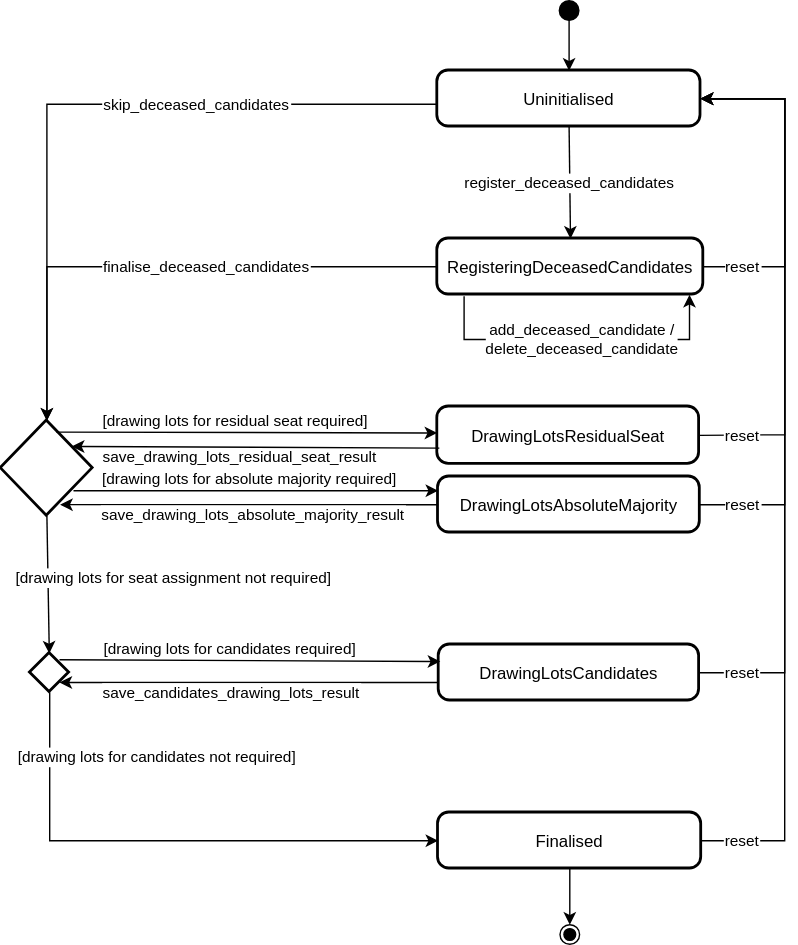
kiesraad/abacus keeps this draw.io diagram as documentatie/state-machines/apportionment-state-machine.drawio.svg. Above is the earlier version. Source tidied: cells renumbered, new cells last; positions are measured from the earlier drawing's top-left corner, leaving out a move shared by most shapes.
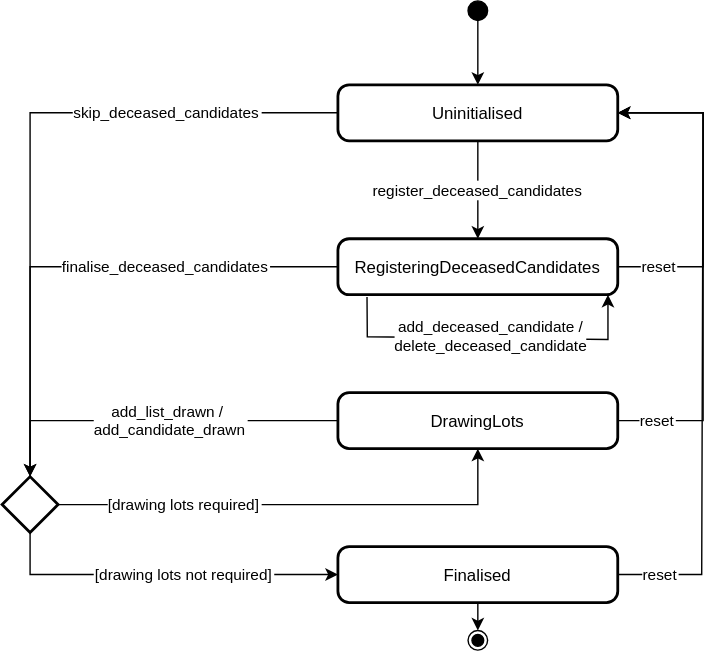
After the change.

Commit message:
One DrawingLots state in the apportionment state machine (#3370)

The edit, as a diff of the source:
```diff
@@ -3,118 +3,100 @@
     <mxCell id="0" />
     <mxCell id="1" parent="0" />
     <mxCell id="2" style="ellipse;fillColor=strokeColor;" parent="1" vertex="1">
-      <mxGeometry x="399" width="14" height="14" as="geometry" />
+      <mxGeometry x="353" width="14" height="14" as="geometry" />
     </mxCell>
     <mxCell id="3" value="Uninitialised" style="rounded=1;arcSize=20;strokeWidth=2;" parent="1" vertex="1">
-      <mxGeometry x="312" y="50" width="188" height="40" as="geometry" />
+      <mxGeometry x="260" y="60" width="200" height="40" as="geometry" />
     </mxCell>
     <mxCell id="4" value="RegisteringDeceasedCandidates" style="rounded=1;arcSize=20;strokeWidth=2;" parent="1" vertex="1">
-      <mxGeometry x="312" y="170" width="190" height="40" as="geometry" />
+      <mxGeometry x="260" y="170" width="200" height="40" as="geometry" />
     </mxCell>
-    <mxCell id="5" value="DrawingLotsAbsoluteMajority" style="rounded=1;arcSize=20;strokeWidth=2;" parent="1" vertex="1">
-      <mxGeometry x="312.5" y="340" width="187" height="40" as="geometry" />
-    </mxCell>
     <mxCell id="6" style="rhombus;strokeWidth=2;whiteSpace=wrap;" parent="1" vertex="1">
-      <mxGeometry x="21" y="466" width="28" height="28" as="geometry" />
+      <mxGeometry x="20" y="340" width="40" height="40" as="geometry" />
     </mxCell>
-    <mxCell id="7" value="DrawingLotsCandidates" style="rounded=1;arcSize=20;strokeWidth=2;" parent="1" vertex="1">
-      <mxGeometry x="313" y="460" width="186" height="40" as="geometry" />
+    <mxCell id="7" value="DrawingLots" style="rounded=1;arcSize=20;strokeWidth=2;" parent="1" vertex="1">
+      <mxGeometry x="260" y="280" width="200" height="40" as="geometry" />
     </mxCell>
     <mxCell id="8" value="Finalised" style="rounded=1;arcSize=20;strokeWidth=2;" parent="1" vertex="1">
-      <mxGeometry x="312.5" y="580" width="188" height="40" as="geometry" />
+      <mxGeometry x="260" y="390" width="200" height="40" as="geometry" />
     </mxCell>
     <mxCell id="9" style="ellipse;shape=endState;fillColor=strokeColor;" parent="1" vertex="1">
-      <mxGeometry x="399.5" y="660" width="14" height="14" as="geometry" />
+      <mxGeometry x="353" y="450" width="14" height="14" as="geometry" />
     </mxCell>
-    <mxCell id="10" style="whiteSpace=wrap;strokeWidth=2;" parent="1" vertex="1">
-      <mxGeometry x="312" y="410" as="geometry" />
-    </mxCell>
-    <mxCell id="11" style="whiteSpace=wrap;strokeWidth=2;" parent="1" vertex="1">
-      <mxGeometry x="380" y="428" as="geometry" />
-    </mxCell>
     <mxCell id="12" style="curved=1;startArrow=none;exitX=0.49;exitY=1;entryX=0.5;entryY=0;rounded=0;" parent="1" edge="1" source="2" target="3">
       <mxGeometry relative="1" as="geometry" />
     </mxCell>
     <mxCell id="13" value="register_deceased_candidates" style="curved=0;startArrow=none;exitX=0.5;exitY=1;entryX=0.5;entryY=0;rounded=0;exitDx=0;exitDy=0;entryDx=0;entryDy=0;" parent="1" edge="1" source="3" target="4">
       <mxGeometry relative="1" as="geometry" />
     </mxCell>
-    <mxCell id="14" value="skip_deceased_candidates" style="curved=0;startArrow=none;exitX=0;exitY=0.6;entryX=0.5;entryY=0;rounded=0;entryDx=0;entryDy=0;" parent="1" edge="1" source="3" target="28">
-      <mxGeometry x="-0.32" relative="1" as="geometry">
+    <mxCell id="14" value="skip_deceased_candidates" style="curved=0;startArrow=none;exitX=0;exitY=0.5;rounded=0;exitDx=0;exitDy=0;entryX=0.5;entryY=0;entryDx=0;entryDy=0;" parent="1" edge="1" source="3" target="6">
+      <mxGeometry x="-0.49" relative="1" as="geometry">
         <Array as="points">
-          <mxPoint x="33" y="74" />
+          <mxPoint x="40" y="80" />
         </Array>
       </mxGeometry>
     </mxCell>
-    <mxCell id="15" value="finalise_deceased_candidates" style="curved=0;startArrow=none;exitX=0;exitY=0.5;rounded=0;exitDx=0;exitDy=0;entryX=0.5;entryY=0;entryDx=0;entryDy=0;" parent="1" edge="1" source="4" target="28">
-      <mxGeometry x="-0.15" relative="1" as="geometry">
+    <mxCell id="15" value="finalise_deceased_candidates" style="curved=0;startArrow=none;exitX=0;exitY=0.5;rounded=0;exitDx=0;exitDy=0;entryX=0.5;entryY=0;entryDx=0;entryDy=0;endArrow=none;endFill=0;" parent="1" edge="1" source="4" target="6">
+      <mxGeometry x="-0.33" relative="1" as="geometry">
         <Array as="points">
-          <mxPoint x="33" y="190" />
+          <mxPoint x="40" y="190" />
         </Array>
       </mxGeometry>
     </mxCell>
-    <mxCell id="16" value="save_drawing_lots_absolute_majority_result" style="startArrow=classic;rounded=0;exitX=0.644;exitY=0.882;exitDx=0;exitDy=0;entryX=0;entryY=0.5;entryDx=0;entryDy=0;exitPerimeter=0;endArrow=none;endFill=0;startFill=1;" parent="1" edge="1" source="28" target="5">
-      <mxGeometry x="0.02" y="-7" relative="1" as="geometry" />
-    </mxCell>
-    <mxCell id="17" value="[drawing lots for seat assignment not required]" style="curved=1;startArrow=none;entryX=0.49;entryY=0;rounded=0;exitX=0.5;exitY=1;exitDx=0;exitDy=0;" parent="1" edge="1" source="28" target="6">
-      <mxGeometry x="-0.07" y="90" relative="1" as="geometry" />
-    </mxCell>
-    <mxCell id="18" value="[drawing lots for candidates required]" style="curved=1;startArrow=none;rounded=0;exitX=0.75;exitY=0.169;exitDx=0;exitDy=0;exitPerimeter=0;" parent="1" edge="1" source="6">
-      <mxGeometry x="-0.1" y="9" relative="1" as="geometry">
-        <mxPoint x="314" y="472" as="targetPoint" />
+    <mxCell id="18" value="[drawing lots required]" style="curved=0;startArrow=none;rounded=0;exitX=1;exitY=0.5;exitDx=0;exitDy=0;entryX=0.5;entryY=1;entryDx=0;entryDy=0;" parent="1" edge="1" source="6" target="7">
+      <mxGeometry x="-0.47" relative="1" as="geometry">
+        <Array as="points">
+          <mxPoint x="360" y="360" />
+        </Array>
       </mxGeometry>
     </mxCell>
-    <mxCell id="19" value="[drawing lots for candidates not required]" style="curved=0;startArrow=none;entryX=0;entryY=0.5;rounded=0;entryDx=0;entryDy=0;exitX=0.5;exitY=1;exitDx=0;exitDy=0;" parent="1" edge="1" source="6" target="8">
-      <mxGeometry x="-0.05" y="60" relative="1" as="geometry">
+    <mxCell id="19" value="[drawing lots not required]" style="curved=0;startArrow=none;entryX=0;entryY=0.5;rounded=0;entryDx=0;entryDy=0;exitX=0.5;exitY=1;exitDx=0;exitDy=0;" parent="1" edge="1" source="6" target="8">
+      <mxGeometry x="0.12" relative="1" as="geometry">
         <Array as="points">
-          <mxPoint x="35" y="600" />
+          <mxPoint x="40" y="410" />
         </Array>
       </mxGeometry>
     </mxCell>
-    <mxCell id="20" value="save_candidates_drawing_lots_result" style="curved=1;startArrow=none;entryX=1;entryY=1;rounded=0;entryDx=0;entryDy=0;exitX=0;exitY=0.675;exitDx=0;exitDy=0;exitPerimeter=0;" parent="1" edge="1" source="7" target="6">
-      <mxGeometry x="0.09" y="7" relative="1" as="geometry" />
+    <mxCell id="20" value="add_list_drawn / &#10;add_candidate_drawn" style="curved=0;startArrow=none;entryX=0.5;entryY=0;rounded=0;entryDx=0;entryDy=0;exitX=0;exitY=0.5;exitDx=0;exitDy=0;" parent="1" edge="1" source="7" target="6">
+      <mxGeometry x="-0.08" relative="1" as="geometry">
+        <Array as="points">
+          <mxPoint x="40" y="300" />
+        </Array>
+      </mxGeometry>
     </mxCell>
     <mxCell id="21" value="reset" style="curved=0;startArrow=none;entryX=1;entryY=0.5;rounded=0;exitX=1;exitY=0.5;exitDx=0;exitDy=0;entryDx=0;entryDy=0;" parent="1" edge="1" source="4" target="3">
-      <mxGeometry x="-0.76" relative="1" as="geometry">
+      <mxGeometry x="-0.74" relative="1" as="geometry">
         <Array as="points">
-          <mxPoint x="560" y="190" />
-          <mxPoint x="560" y="70" />
+          <mxPoint x="521" y="190" />
+          <mxPoint x="521" y="80" />
         </Array>
       </mxGeometry>
     </mxCell>
-    <mxCell id="22" value="reset" style="curved=0;startArrow=none;exitX=1;exitY=0.5;rounded=0;entryX=1;entryY=0.5;entryDx=0;entryDy=0;exitDx=0;exitDy=0;" parent="1" edge="1" source="5" target="3">
-      <mxGeometry x="-0.85" relative="1" as="geometry">
-        <Array as="points">
-          <mxPoint x="560" y="360" />
-          <mxPoint x="560" y="70" />
-        </Array>
-      </mxGeometry>
-    </mxCell>
-    <mxCell id="23" value="reset" style="curved=0;startArrow=none;exitX=1;exitY=0.5;rounded=0;exitDx=0;exitDy=0;" parent="1" edge="1" source="7">
-      <mxGeometry x="-0.88" relative="1" as="geometry">
-        <mxPoint x="500" y="70" as="targetPoint" />
+    <mxCell id="23" value="reset" style="curved=0;startArrow=none;exitX=1;exitY=0.5;rounded=0;exitDx=0;exitDy=0;entryX=1;entryY=0.5;entryDx=0;entryDy=0;" parent="1" edge="1" source="7" target="3">
+      <mxGeometry x="-0.83" relative="1" as="geometry">
         <Array as="points">
-          <mxPoint x="560" y="480" />
-          <mxPoint x="560" y="70" />
+          <mxPoint x="521" y="300" />
+          <mxPoint x="521" y="80" />
         </Array>
       </mxGeometry>
     </mxCell>
     <mxCell id="24" value="reset" style="curved=0;startArrow=none;exitX=1;exitY=0.5;entryX=1;entryY=0.5;rounded=0;entryDx=0;entryDy=0;exitDx=0;exitDy=0;" parent="1" edge="1" source="8" target="3">
-      <mxGeometry x="-0.91" relative="1" as="geometry">
+      <mxGeometry x="-0.87" relative="1" as="geometry">
         <Array as="points">
-          <mxPoint x="560" y="600" />
-          <mxPoint x="560" y="70" />
+          <mxPoint x="520" y="410" />
+          <mxPoint x="521" y="80" />
         </Array>
       </mxGeometry>
     </mxCell>
     <mxCell id="25" style="curved=1;startArrow=none;exitX=0.5;exitY=1;entryX=0.51;entryY=-0.01;rounded=0;" parent="1" edge="1" source="8" target="9">
       <mxGeometry relative="1" as="geometry" />
     </mxCell>
-    <mxCell id="26" style="endArrow=classic;html=1;rounded=0;exitX=0.1;exitY=1.028;exitDx=0;exitDy=0;exitPerimeter=0;" parent="1" edge="1" source="4">
+    <mxCell id="26" style="endArrow=classic;html=1;rounded=0;exitX=0.104;exitY=1.042;exitDx=0;exitDy=0;exitPerimeter=0;" parent="1" edge="1" source="4">
       <mxGeometry relative="1" as="geometry">
-        <mxPoint x="492" y="210" as="targetPoint" />
+        <mxPoint x="453" y="210" as="targetPoint" />
         <Array as="points">
-          <mxPoint x="331" y="242" />
-          <mxPoint x="492" y="242" />
+          <mxPoint x="281" y="240" />
+          <mxPoint x="453" y="242" />
         </Array>
       </mxGeometry>
     </mxCell>
@@ -123,33 +105,8 @@
         <mxPoint x="79" y="-1" as="offset" />
       </mxGeometry>
     </mxCell>
-    <mxCell id="28" style="rhombus;strokeWidth=2;whiteSpace=wrap;" parent="1" vertex="1">
-      <mxGeometry x="0.2" y="300" width="65.7" height="68" as="geometry" />
-    </mxCell>
-    <mxCell id="29" value="DrawingLotsResidualSeat" style="rounded=1;arcSize=20;strokeWidth=2;" parent="1" vertex="1">
-      <mxGeometry x="312" y="290" width="187" height="41" as="geometry" />
-    </mxCell>
     <mxCell id="30" style="whiteSpace=wrap;strokeWidth=2;" parent="1" vertex="1">
-      <mxGeometry x="313" y="290" height="1" as="geometry" />
+      <mxGeometry x="274" y="300" height="1" as="geometry" />
     </mxCell>
-    <mxCell id="31" value="[drawing lots for residual seat required]" style="startArrow=none;rounded=1;exitX=0.603;exitY=0.12;exitDx=0;exitDy=0;exitPerimeter=0;entryX=-0.001;entryY=0.458;entryDx=0;entryDy=0;entryPerimeter=0;" parent="1" edge="1" source="28" target="29">
-      <mxGeometry x="-0.06" y="9" relative="1" as="geometry" />
-    </mxCell>
-    <mxCell id="32" value="save_drawing_lots_residual_seat_result&#10;" style="startArrow=none;rounded=0;exitX=0.007;exitY=0.721;exitDx=0;exitDy=0;exitPerimeter=0;entryX=0.771;entryY=0.271;entryDx=0;entryDy=0;entryPerimeter=0;" parent="1" edge="1" source="29" target="28">
-      <mxGeometry x="0.08" y="13" relative="1" as="geometry" />
-    </mxCell>
-    <mxCell id="33" value="reset" style="curved=0;startArrow=none;entryX=1;entryY=0.5;rounded=0;exitX=1;exitY=0.5;exitDx=0;exitDy=0;entryDx=0;entryDy=0;" parent="1" edge="1" source="29" target="3">
-      <mxGeometry x="-0.83" relative="1" as="geometry">
-        <Array as="points">
-          <mxPoint x="560" y="310" />
-          <mxPoint x="560" y="70" />
-        </Array>
-      </mxGeometry>
-    </mxCell>
-    <mxCell id="34" value="[drawing lots for absolute majority required]" style="startArrow=classic;rounded=0;exitX=0;exitY=0.25;exitDx=0;exitDy=0;startFill=1;endArrow=none;endFill=0;" parent="1" edge="1" source="5">
-      <mxGeometry x="0.03" y="-9" relative="1" as="geometry">
-        <mxPoint x="52" y="350" as="targetPoint" />
-      </mxGeometry>
-    </mxCell>
   </root>
 </mxGraphModel>
```
